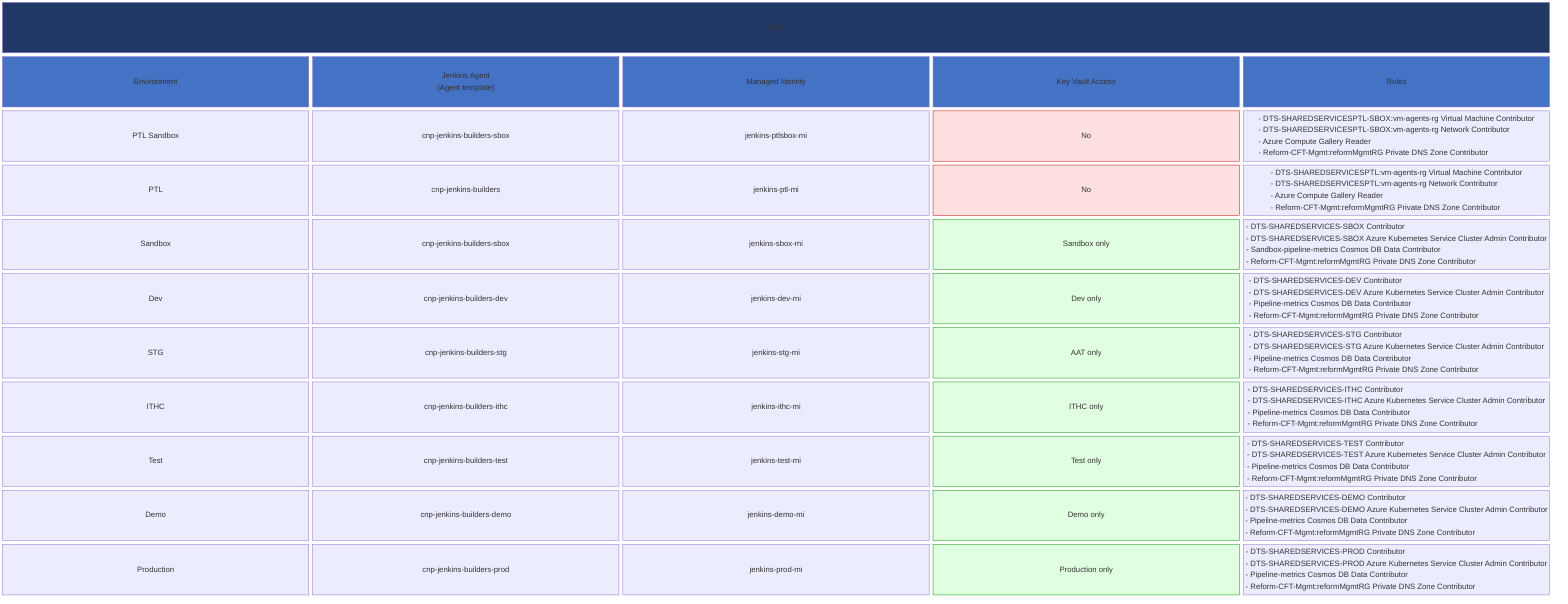
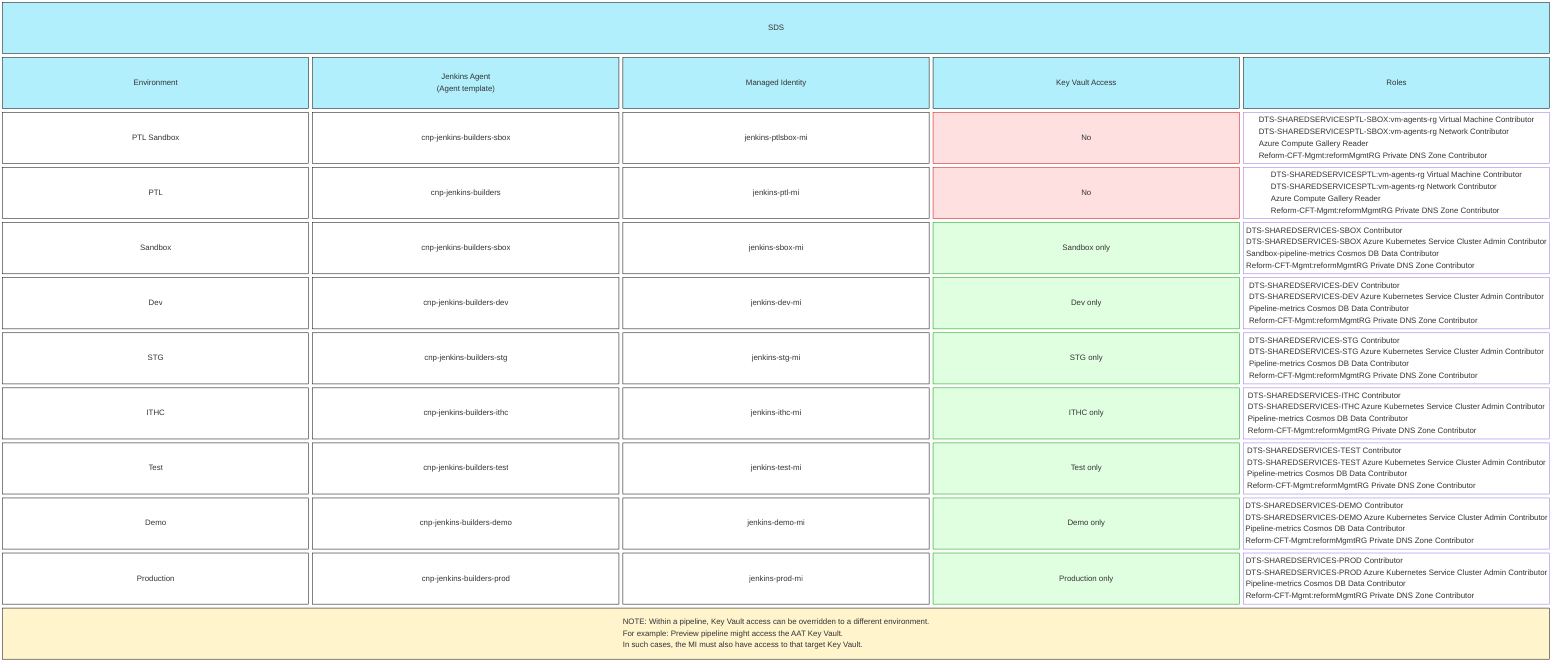
block-beta
  columns 5

  TITLE["SDS"]:5

  H1["Environment"] H2["Jenkins Agent\n(Agent template)"] H3["Managed Identity"] H4["Key Vault Access"] H5["Roles"]

-   R1E["PTL Sandbox"] R1A["cnp-jenkins-builders-sbox"] R1M["jenkins-ptlsbox-mi"] R1K["No"] R1R["- DTS-SHAREDSERVICESPTL-SBOX:vm-agents-rg Virtual Machine Contributor\n- DTS-SHAREDSERVICESPTL-SBOX:vm-agents-rg Network Contributor\n- Azure Compute Gallery Reader\n- Reform-CFT-Mgmt:reformMgmtRG Private DNS Zone Contributor"]
+   R1E["PTL Sandbox"] R1A["cnp-jenkins-builders-sbox"] R1M["jenkins-ptlsbox-mi"] R1K["No"] R1R["DTS-SHAREDSERVICESPTL-SBOX:vm-agents-rg Virtual Machine Contributor\nDTS-SHAREDSERVICESPTL-SBOX:vm-agents-rg Network Contributor\nAzure Compute Gallery Reader\nReform-CFT-Mgmt:reformMgmtRG Private DNS Zone Contributor"]

-   R2E["PTL"] R2A["cnp-jenkins-builders"] R2M["jenkins-ptl-mi"] R2K["No"] R2R["- DTS-SHAREDSERVICESPTL:vm-agents-rg Virtual Machine Contributor\n- DTS-SHAREDSERVICESPTL:vm-agents-rg Network Contributor\n- Azure Compute Gallery Reader\n- Reform-CFT-Mgmt:reformMgmtRG Private DNS Zone Contributor"]
+   R2E["PTL"] R2A["cnp-jenkins-builders"] R2M["jenkins-ptl-mi"] R2K["No"] R2R["DTS-SHAREDSERVICESPTL:vm-agents-rg Virtual Machine Contributor\nDTS-SHAREDSERVICESPTL:vm-agents-rg Network Contributor\nAzure Compute Gallery Reader\nReform-CFT-Mgmt:reformMgmtRG Private DNS Zone Contributor"]

-   R3E["Sandbox"] R3A["cnp-jenkins-builders-sbox"] R3M["jenkins-sbox-mi"] R3K["Sandbox only"] R3R["- DTS-SHAREDSERVICES-SBOX Contributor\n- DTS-SHAREDSERVICES-SBOX Azure Kubernetes Service Cluster Admin Contributor\n- Sandbox-pipeline-metrics Cosmos DB Data Contributor\n- Reform-CFT-Mgmt:reformMgmtRG Private DNS Zone Contributor"]
+   R3E["Sandbox"] R3A["cnp-jenkins-builders-sbox"] R3M["jenkins-sbox-mi"] R3K["Sandbox only"] R3R["DTS-SHAREDSERVICES-SBOX Contributor\nDTS-SHAREDSERVICES-SBOX Azure Kubernetes Service Cluster Admin Contributor\nSandbox-pipeline-metrics Cosmos DB Data Contributor\nReform-CFT-Mgmt:reformMgmtRG Private DNS Zone Contributor"]

-   R4E["Dev"] R4A["cnp-jenkins-builders-dev"] R4M["jenkins-dev-mi"] R4K["Dev only"] R4R["- DTS-SHAREDSERVICES-DEV Contributor\n- DTS-SHAREDSERVICES-DEV Azure Kubernetes Service Cluster Admin Contributor\n- Pipeline-metrics Cosmos DB Data Contributor\n- Reform-CFT-Mgmt:reformMgmtRG Private DNS Zone Contributor"]
+   R4E["Dev"] R4A["cnp-jenkins-builders-dev"] R4M["jenkins-dev-mi"] R4K["Dev only"] R4R["DTS-SHAREDSERVICES-DEV Contributor\nDTS-SHAREDSERVICES-DEV Azure Kubernetes Service Cluster Admin Contributor\nPipeline-metrics Cosmos DB Data Contributor\nReform-CFT-Mgmt:reformMgmtRG Private DNS Zone Contributor"]

-   R5E["STG"] R5A["cnp-jenkins-builders-stg"] R5M["jenkins-stg-mi"] R5K["AAT only"] R5R["- DTS-SHAREDSERVICES-STG Contributor\n- DTS-SHAREDSERVICES-STG Azure Kubernetes Service Cluster Admin Contributor\n- Pipeline-metrics Cosmos DB Data Contributor\n- Reform-CFT-Mgmt:reformMgmtRG Private DNS Zone Contributor"]
+   R5E["STG"] R5A["cnp-jenkins-builders-stg"] R5M["jenkins-stg-mi"] R5K["STG only"] R5R["DTS-SHAREDSERVICES-STG Contributor\nDTS-SHAREDSERVICES-STG Azure Kubernetes Service Cluster Admin Contributor\nPipeline-metrics Cosmos DB Data Contributor\nReform-CFT-Mgmt:reformMgmtRG Private DNS Zone Contributor"]

-   R6E["ITHC"] R6A["cnp-jenkins-builders-ithc"] R6M["jenkins-ithc-mi"] R6K["ITHC only"] R6R["- DTS-SHAREDSERVICES-ITHC Contributor\n- DTS-SHAREDSERVICES-ITHC Azure Kubernetes Service Cluster Admin Contributor\n- Pipeline-metrics Cosmos DB Data Contributor\n- Reform-CFT-Mgmt:reformMgmtRG Private DNS Zone Contributor"]
+   R6E["ITHC"] R6A["cnp-jenkins-builders-ithc"] R6M["jenkins-ithc-mi"] R6K["ITHC only"] R6R["DTS-SHAREDSERVICES-ITHC Contributor\nDTS-SHAREDSERVICES-ITHC Azure Kubernetes Service Cluster Admin Contributor\nPipeline-metrics Cosmos DB Data Contributor\nReform-CFT-Mgmt:reformMgmtRG Private DNS Zone Contributor"]

-   R7E["Test"] R7A["cnp-jenkins-builders-test"] R7M["jenkins-test-mi"] R7K["Test only"] R7R["- DTS-SHAREDSERVICES-TEST Contributor\n- DTS-SHAREDSERVICES-TEST Azure Kubernetes Service Cluster Admin Contributor\n- Pipeline-metrics Cosmos DB Data Contributor\n- Reform-CFT-Mgmt:reformMgmtRG Private DNS Zone Contributor"]
+   R7E["Test"] R7A["cnp-jenkins-builders-test"] R7M["jenkins-test-mi"] R7K["Test only"] R7R["DTS-SHAREDSERVICES-TEST Contributor\nDTS-SHAREDSERVICES-TEST Azure Kubernetes Service Cluster Admin Contributor\nPipeline-metrics Cosmos DB Data Contributor\nReform-CFT-Mgmt:reformMgmtRG Private DNS Zone Contributor"]

-   R8E["Demo"] R8A["cnp-jenkins-builders-demo"] R8M["jenkins-demo-mi"] R8K["Demo only"] R8R["- DTS-SHAREDSERVICES-DEMO Contributor\n- DTS-SHAREDSERVICES-DEMO Azure Kubernetes Service Cluster Admin Contributor\n- Pipeline-metrics Cosmos DB Data Contributor\n- Reform-CFT-Mgmt:reformMgmtRG Private DNS Zone Contributor"]
+   R8E["Demo"] R8A["cnp-jenkins-builders-demo"] R8M["jenkins-demo-mi"] R8K["Demo only"] R8R["DTS-SHAREDSERVICES-DEMO Contributor\nDTS-SHAREDSERVICES-DEMO Azure Kubernetes Service Cluster Admin Contributor\nPipeline-metrics Cosmos DB Data Contributor\nReform-CFT-Mgmt:reformMgmtRG Private DNS Zone Contributor"]

-   R9E["Production"] R9A["cnp-jenkins-builders-prod"] R9M["jenkins-prod-mi"] R9K["Production only"] R9R["- DTS-SHAREDSERVICES-PROD Contributor\n- DTS-SHAREDSERVICES-PROD Azure Kubernetes Service Cluster Admin Contributor\n- Pipeline-metrics Cosmos DB Data Contributor\n- Reform-CFT-Mgmt:reformMgmtRG Private DNS Zone Contributor"]
+   R9E["Production"] R9A["cnp-jenkins-builders-prod"] R9M["jenkins-prod-mi"] R9K["Production only"] R9R["DTS-SHAREDSERVICES-PROD Contributor\nDTS-SHAREDSERVICES-PROD Azure Kubernetes Service Cluster Admin Contributor\nPipeline-metrics Cosmos DB Data Contributor\nReform-CFT-Mgmt:reformMgmtRG Private DNS Zone Contributor"]

-   style TITLE fill:#1F3864,color:#fff
-   style H1 fill:#4472C4,color:#fff
-   style H2 fill:#4472C4,color:#fff
-   style H3 fill:#4472C4,color:#fff
-   style H4 fill:#4472C4,color:#fff
-   style H5 fill:#4472C4,color:#fff
+   R10["NOTE: Within a pipeline, Key Vault access can be overridden to a different environment.\nFor example: Preview pipeline might access the AAT Key Vault.\nIn such cases, the MI must also have access to that target Key Vault."]:5
+ 
+   style TITLE fill:#b1effc,stroke:#000000,color:#000000
+   style H1 fill:#b1effc,stroke:#000000,color:#000000
+   style H2 fill:#b1effc,stroke:#000000,color:#000000
+   style H3 fill:#b1effc,stroke:#000000,color:#000000
+   style H4 fill:#b1effc,stroke:#000000,color:#000000
+   style H5 fill:#b1effc,stroke:#000000,color:#000000

  style R1K fill:#FFE0E0,stroke:#CC0000,color:#000000
  style R2K fill:#FFE0E0,stroke:#CC0000,color:#000000
- 
  style R3K fill:#E0FFE0,stroke:#009900,color:#000000
  style R4K fill:#E0FFE0,stroke:#009900,color:#000000
  style R5K fill:#E0FFE0,stroke:#009900,color:#000000
  style R6K fill:#E0FFE0,stroke:#009900,color:#000000
  style R7K fill:#E0FFE0,stroke:#009900,color:#000000
  style R8K fill:#E0FFE0,stroke:#009900,color:#000000
  style R9K fill:#E0FFE0,stroke:#009900,color:#000000

-   style R1R text-align:left
-   style R2R text-align:left
-   style R3R text-align:left
-   style R4R text-align:left
-   style R5R text-align:left
-   style R6R text-align:left
-   style R7R text-align:left
-   style R8R text-align:left
-   style R9R text-align:left+   style R1E fill:#fff,stroke:#000000,color:#000000
+   style R2E fill:#fff,stroke:#000000,color:#000000
+   style R3E fill:#fff,stroke:#000000,color:#000000
+   style R4E fill:#fff,stroke:#000000,color:#000000
+   style R5E fill:#fff,stroke:#000000,color:#000000
+   style R6E fill:#fff,stroke:#000000,color:#000000
+   style R7E fill:#fff,stroke:#000000,color:#000000
+   style R8E fill:#fff,stroke:#000000,color:#000000
+   style R9E fill:#fff,stroke:#000000,color:#000000
+ 
+   style R1A fill:#fff,stroke:#000000,color:#000000
+   style R2A fill:#fff,stroke:#000000,color:#000000
+   style R3A fill:#fff,stroke:#000000,color:#000000
+   style R4A fill:#fff,stroke:#000000,color:#000000
+   style R5A fill:#fff,stroke:#000000,color:#000000
+   style R6A fill:#fff,stroke:#000000,color:#000000
+   style R7A fill:#fff,stroke:#000000,color:#000000
+   style R8A fill:#fff,stroke:#000000,color:#000000
+   style R9A fill:#fff,stroke:#000000,color:#000000
+ 
+   style R1M fill:#fff,stroke:#000000,color:#000000
+   style R2M fill:#fff,stroke:#000000,color:#000000
+   style R3M fill:#fff,stroke:#000000,color:#000000
+   style R4M fill:#fff,stroke:#000000,color:#000000
+   style R5M fill:#fff,stroke:#000000,color:#000000
+   style R6M fill:#fff,stroke:#000000,color:#000000
+   style R7M fill:#fff,stroke:#000000,color:#000000
+   style R8M fill:#fff,stroke:#000000,color:#000000
+   style R9M fill:#fff,stroke:#000000,color:#000000
+ 
+   style R1R fill:#fff,color:#000000,text-align:left
+   style R2R fill:#fff,color:#000000,text-align:left
+   style R3R fill:#fff,color:#000000,text-align:left
+   style R4R fill:#fff,color:#000000,text-align:left
+   style R5R fill:#fff,color:#000000,text-align:left
+   style R6R fill:#fff,color:#000000,text-align:left
+   style R7R fill:#fff,color:#000000,text-align:left
+   style R8R fill:#fff,color:#000000,text-align:left
+   style R9R fill:#fff,color:#000000,text-align:left
+ 
+   style R10 fill:#FFF4CC,stroke:#000000,color:#000000,text-align:left